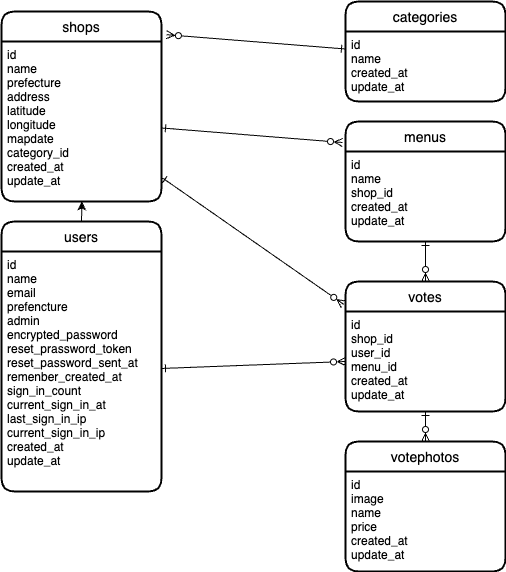
yuko-fu/jimoguru keeps this draw.io diagram as img/jimoguru.png. Above is the earlier version. Source tidied: cells renumbered, new cells last; positions are measured from the earlier drawing's top-left corner, leaving out a move shared by most shapes.
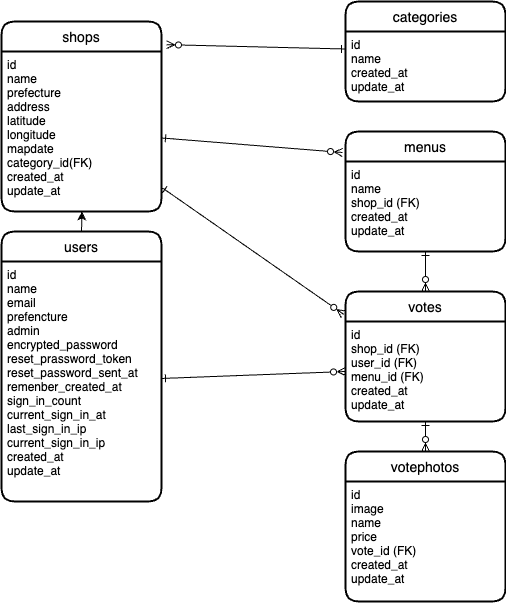
After the change.

Diff of the diagram source:
```diff
@@ -5,11 +5,11 @@
     <mxCell id="2" value="shops" style="swimlane;horizontal=1;startSize=30;rounded=1;fontSize=14;fontStyle=0;strokeWidth=2;shadow=0;dashed=0;align=center;" parent="1" vertex="1">
       <mxGeometry y="10" width="160" height="190" as="geometry" />
     </mxCell>
-    <mxCell id="3" value="id&#10;name&#10;prefecture&#10;address&#10;latitude&#10;longitude&#10;mapdate&#10;category_id&#10;created_at&#10;update_at" style="align=left;strokeColor=none;fillColor=none;spacingLeft=4;fontSize=12;verticalAlign=top;" parent="2" vertex="1">
+    <mxCell id="3" value="id&#10;name&#10;prefecture&#10;address&#10;latitude&#10;longitude&#10;mapdate&#10;category_id(FK)&#10;created_at&#10;update_at" style="align=left;strokeColor=none;fillColor=none;spacingLeft=4;fontSize=12;verticalAlign=top;" parent="2" vertex="1">
       <mxGeometry y="30" width="160" height="160" as="geometry" />
     </mxCell>
     <mxCell id="4" value="categories" style="swimlane;horizontal=1;startSize=30;rounded=1;fontSize=14;fontStyle=0;strokeWidth=2;shadow=0;dashed=0;align=center;" parent="1" vertex="1">
-      <mxGeometry x="344" width="160" height="100" as="geometry" />
+      <mxGeometry x="344" y="-10" width="160" height="100" as="geometry" />
     </mxCell>
     <mxCell id="5" value="id&#10;name&#10;created_at&#10;update_at" style="align=left;strokeColor=none;fillColor=none;spacingLeft=4;fontSize=12;verticalAlign=top;" parent="4" vertex="1">
       <mxGeometry y="30" width="160" height="70" as="geometry" />
@@ -17,7 +17,7 @@
     <mxCell id="6" value="menus" style="swimlane;horizontal=1;startSize=30;rounded=1;fontSize=14;fontStyle=0;strokeWidth=2;shadow=0;dashed=0;align=center;" parent="1" vertex="1">
       <mxGeometry x="344" y="120" width="160" height="120" as="geometry" />
     </mxCell>
-    <mxCell id="7" value="id&#10;name&#10;shop_id&#10;created_at&#10;update_at" style="align=left;strokeColor=none;fillColor=none;spacingLeft=4;fontSize=12;verticalAlign=top;" parent="6" vertex="1">
+    <mxCell id="7" value="id&#10;name&#10;shop_id (FK)&#10;created_at&#10;update_at" style="align=left;strokeColor=none;fillColor=none;spacingLeft=4;fontSize=12;verticalAlign=top;" parent="6" vertex="1">
       <mxGeometry y="30" width="160" height="90" as="geometry" />
     </mxCell>
     <mxCell id="8" value="users" style="swimlane;horizontal=1;startSize=30;rounded=1;fontSize=14;fontStyle=0;strokeWidth=2;shadow=0;dashed=0;align=center;" parent="1" vertex="1">
@@ -29,14 +29,14 @@
     <mxCell id="10" value="votes" style="swimlane;horizontal=1;startSize=30;rounded=1;fontSize=14;fontStyle=0;strokeWidth=2;shadow=0;dashed=0;align=center;" parent="1" vertex="1">
       <mxGeometry x="344" y="280" width="160" height="130" as="geometry" />
     </mxCell>
-    <mxCell id="11" value="id&#10;shop_id&#10;user_id&#10;menu_id&#10;created_at&#10;update_at" style="align=left;strokeColor=none;fillColor=none;spacingLeft=4;fontSize=12;verticalAlign=top;" parent="10" vertex="1">
+    <mxCell id="11" value="id&#10;shop_id (FK)&#10;user_id (FK)&#10;menu_id (FK)&#10;created_at&#10;update_at" style="align=left;strokeColor=none;fillColor=none;spacingLeft=4;fontSize=12;verticalAlign=top;" parent="10" vertex="1">
       <mxGeometry y="30" width="160" height="100" as="geometry" />
     </mxCell>
     <mxCell id="12" value="votephotos" style="swimlane;horizontal=1;startSize=30;rounded=1;fontSize=14;fontStyle=0;strokeWidth=2;shadow=0;dashed=0;align=center;" parent="1" vertex="1">
-      <mxGeometry x="344" y="440" width="160" height="130" as="geometry" />
+      <mxGeometry x="344" y="440" width="160" height="150" as="geometry" />
     </mxCell>
-    <mxCell id="13" value="id&#10;image&#10;name&#10;price&#10;created_at&#10;update_at" style="align=left;strokeColor=none;fillColor=none;spacingLeft=4;fontSize=12;verticalAlign=top;" parent="12" vertex="1">
-      <mxGeometry y="30" width="160" height="100" as="geometry" />
+    <mxCell id="13" value="id&#10;image&#10;name&#10;price&#10;vote_id (FK)&#10;created_at&#10;update_at" style="align=left;strokeColor=none;fillColor=none;spacingLeft=4;fontSize=12;verticalAlign=top;" parent="12" vertex="1">
+      <mxGeometry y="30" width="160" height="120" as="geometry" />
     </mxCell>
     <mxCell id="14" style="edgeStyle=none;html=1;entryX=0;entryY=0.25;entryDx=0;entryDy=0;startArrow=ERzeroToMany;startFill=0;endArrow=ERone;endFill=0;exitX=1.031;exitY=0.122;exitDx=0;exitDy=0;exitPerimeter=0;" parent="1" edge="1" source="2" target="5">
       <mxGeometry relative="1" as="geometry" />
```
